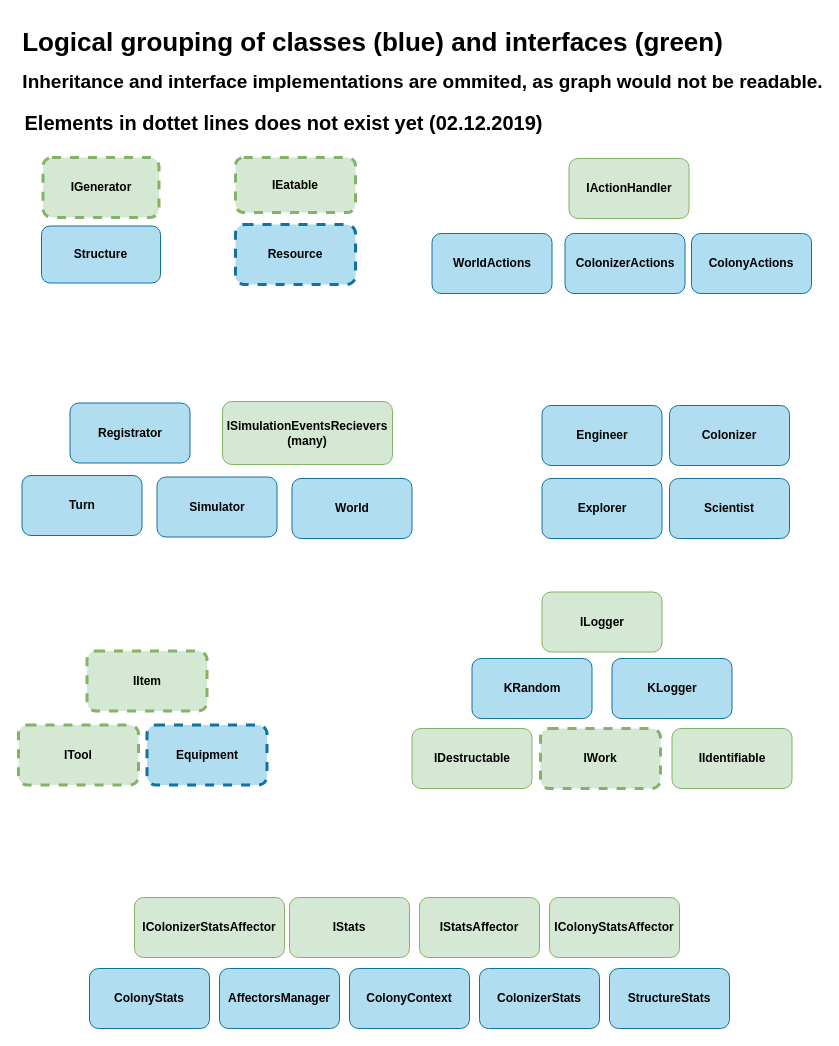
The draw.io diagram Wiki/images/IClassLogicDiagram.drawio in KlivenPL/PW_MarsColony, before the edit. Source tidied: cells renumbered, new cells numbered last; positions are measured from the earlier drawing's top-left corner, leaving out a move shared by most shapes. Both pictures are drawn from the tidied source at 100%, with x=0, y=0 at pixel (18, 17).
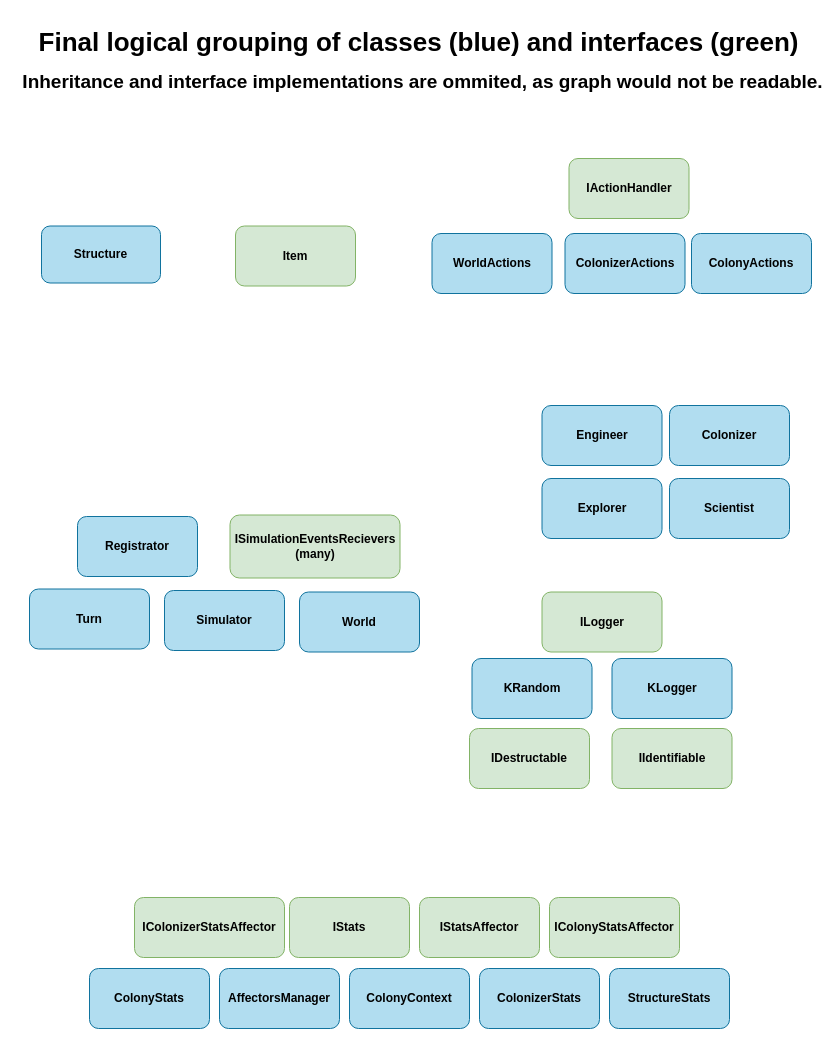
After the change.

The edit, as a diff of the source:
```diff
@@
-    <mxCell id="2" value="Logical grouping of classes (blue) and interfaces (green)" style="text;strokeColor=none;fillColor=none;html=1;fontSize=26;fontStyle=1;verticalAlign=middle;align=center;dashed=1;labelBackgroundColor=#ffffff;" parent="1" vertex="1">
-      <mxGeometry x="34" width="639" height="50" as="geometry" />
+    <mxCell id="2" value="Final logical grouping of classes (blue) and interfaces (green)" style="text;strokeColor=none;fillColor=none;html=1;fontSize=26;fontStyle=1;verticalAlign=middle;align=center;dashed=1;labelBackgroundColor=#ffffff;" parent="1" vertex="1">
+      <mxGeometry x="127" width="546" height="50" as="geometry" />
     </mxCell>
@@
     <mxCell id="4" value="IIdentifiable" style="rounded=1;whiteSpace=wrap;html=1;fillColor=#d5e8d4;strokeColor=#82b366;fontStyle=1;" parent="1" vertex="1">
-      <mxGeometry x="653.5" y="711" width="120" height="60" as="geometry" />
+      <mxGeometry x="593.5" y="711" width="120" height="60" as="geometry" />
     </mxCell>
     <mxCell id="5" value="IDestructable" style="rounded=1;whiteSpace=wrap;html=1;fillColor=#d5e8d4;strokeColor=#82b366;fontStyle=1;" parent="1" vertex="1">
-      <mxGeometry x="393.5" y="711" width="120" height="60" as="geometry" />
+      <mxGeometry x="451" y="711" width="120" height="60" as="geometry" />
     </mxCell>
@@
-    <mxCell id="9" value="IWork" style="rounded=1;whiteSpace=wrap;html=1;fillColor=#d5e8d4;strokeColor=#82b366;fontStyle=1;dashed=1;strokeWidth=3;" parent="1" vertex="1">
-      <mxGeometry x="522" y="711" width="120" height="60" as="geometry" />
-    </mxCell>
-    <mxCell id="10" value="IItem" style="rounded=1;whiteSpace=wrap;html=1;fillColor=#d5e8d4;strokeColor=#82b366;fontStyle=1;dashed=1;strokeWidth=3;" parent="1" vertex="1">
-      <mxGeometry x="68.5" y="633.5" width="120" height="60" as="geometry" />
-    </mxCell>
-    <mxCell id="11" value="Equipment" style="rounded=1;whiteSpace=wrap;html=1;fillColor=#b1ddf0;strokeColor=#10739e;fontStyle=1;strokeWidth=3;dashed=1;" parent="1" vertex="1">
-      <mxGeometry x="128.5" y="707.5" width="120" height="60" as="geometry" />
-    </mxCell>
-    <mxCell id="12" value="ITool" style="rounded=1;whiteSpace=wrap;html=1;fillColor=#d5e8d4;strokeColor=#82b366;fontStyle=1;dashed=1;strokeWidth=3;" parent="1" vertex="1">
-      <mxGeometry y="707.5" width="120" height="60" as="geometry" />
-    </mxCell>
@@
     <mxCell id="30" value="ISimulationEventsRecievers&lt;br&gt;(many)" style="rounded=1;whiteSpace=wrap;html=1;fillColor=#d5e8d4;strokeColor=#82b366;fontStyle=1;" parent="1" vertex="1">
-      <mxGeometry x="204" y="384" width="170" height="63" as="geometry" />
+      <mxGeometry x="211.5" y="497.5" width="170" height="63" as="geometry" />
     </mxCell>
     <mxCell id="31" value="World" style="rounded=1;whiteSpace=wrap;html=1;fillColor=#b1ddf0;strokeColor=#10739e;fontStyle=1;" parent="1" vertex="1">
-      <mxGeometry x="273.5" y="461" width="120" height="60" as="geometry" />
+      <mxGeometry x="281" y="574.5" width="120" height="60" as="geometry" />
     </mxCell>
     <mxCell id="32" value="Turn" style="rounded=1;whiteSpace=wrap;html=1;fillColor=#b1ddf0;strokeColor=#10739e;fontStyle=1;" parent="1" vertex="1">
-      <mxGeometry x="3.5" y="458" width="120" height="60" as="geometry" />
+      <mxGeometry x="11" y="571.5" width="120" height="60" as="geometry" />
     </mxCell>
     <mxCell id="33" value="Simulator" style="rounded=1;whiteSpace=wrap;html=1;fillColor=#b1ddf0;strokeColor=#10739e;fontStyle=1;" parent="1" vertex="1">
-      <mxGeometry x="138.5" y="459.5" width="120" height="60" as="geometry" />
+      <mxGeometry x="146" y="573" width="120" height="60" as="geometry" />
     </mxCell>
     <mxCell id="34" value="Registrator" style="rounded=1;whiteSpace=wrap;html=1;fillColor=#b1ddf0;strokeColor=#10739e;fontStyle=1;" parent="1" vertex="1">
-      <mxGeometry x="51.5" y="385.5" width="120" height="60" as="geometry" />
+      <mxGeometry x="59" y="499" width="120" height="60" as="geometry" />
     </mxCell>
@@
-    <mxCell id="36" value="IGenerator" style="rounded=1;whiteSpace=wrap;html=1;fillColor=#d5e8d4;strokeColor=#82b366;fontStyle=1;dashed=1;strokeWidth=3;" parent="1" vertex="1">
-      <mxGeometry x="24.5" y="140" width="116" height="60" as="geometry" />
-    </mxCell>
-    <mxCell id="37" value="Resource" style="rounded=1;whiteSpace=wrap;html=1;fillColor=#b1ddf0;strokeColor=#10739e;fontStyle=1;strokeWidth=3;dashed=1;" parent="1" vertex="1">
-      <mxGeometry x="217" y="207" width="120" height="60" as="geometry" />
-    </mxCell>
-    <mxCell id="38" value="IEatable" style="rounded=1;whiteSpace=wrap;html=1;fillColor=#d5e8d4;strokeColor=#82b366;fontStyle=1;dashed=1;strokeWidth=3;" parent="1" vertex="1">
-      <mxGeometry x="217" y="140" width="120" height="55" as="geometry" />
-    </mxCell>
-    <mxCell id="39" value="Elements in dottet lines does not exist yet (02.12.2019)" style="text;strokeColor=none;fillColor=none;html=1;fontSize=20;fontStyle=1;verticalAlign=middle;align=center;dashed=1;labelBackgroundColor=#ffffff;" parent="1" vertex="1">
-      <mxGeometry x="28.5" y="90" width="473" height="30" as="geometry" />
-    </mxCell>
+    <mxCell id="40" value="Item" style="rounded=1;whiteSpace=wrap;html=1;fillColor=#d5e8d4;strokeColor=#82b366;fontStyle=1;" parent="1" vertex="1">
+      <mxGeometry x="217" y="208.5" width="120" height="60" as="geometry" />
+    </mxCell>
```
